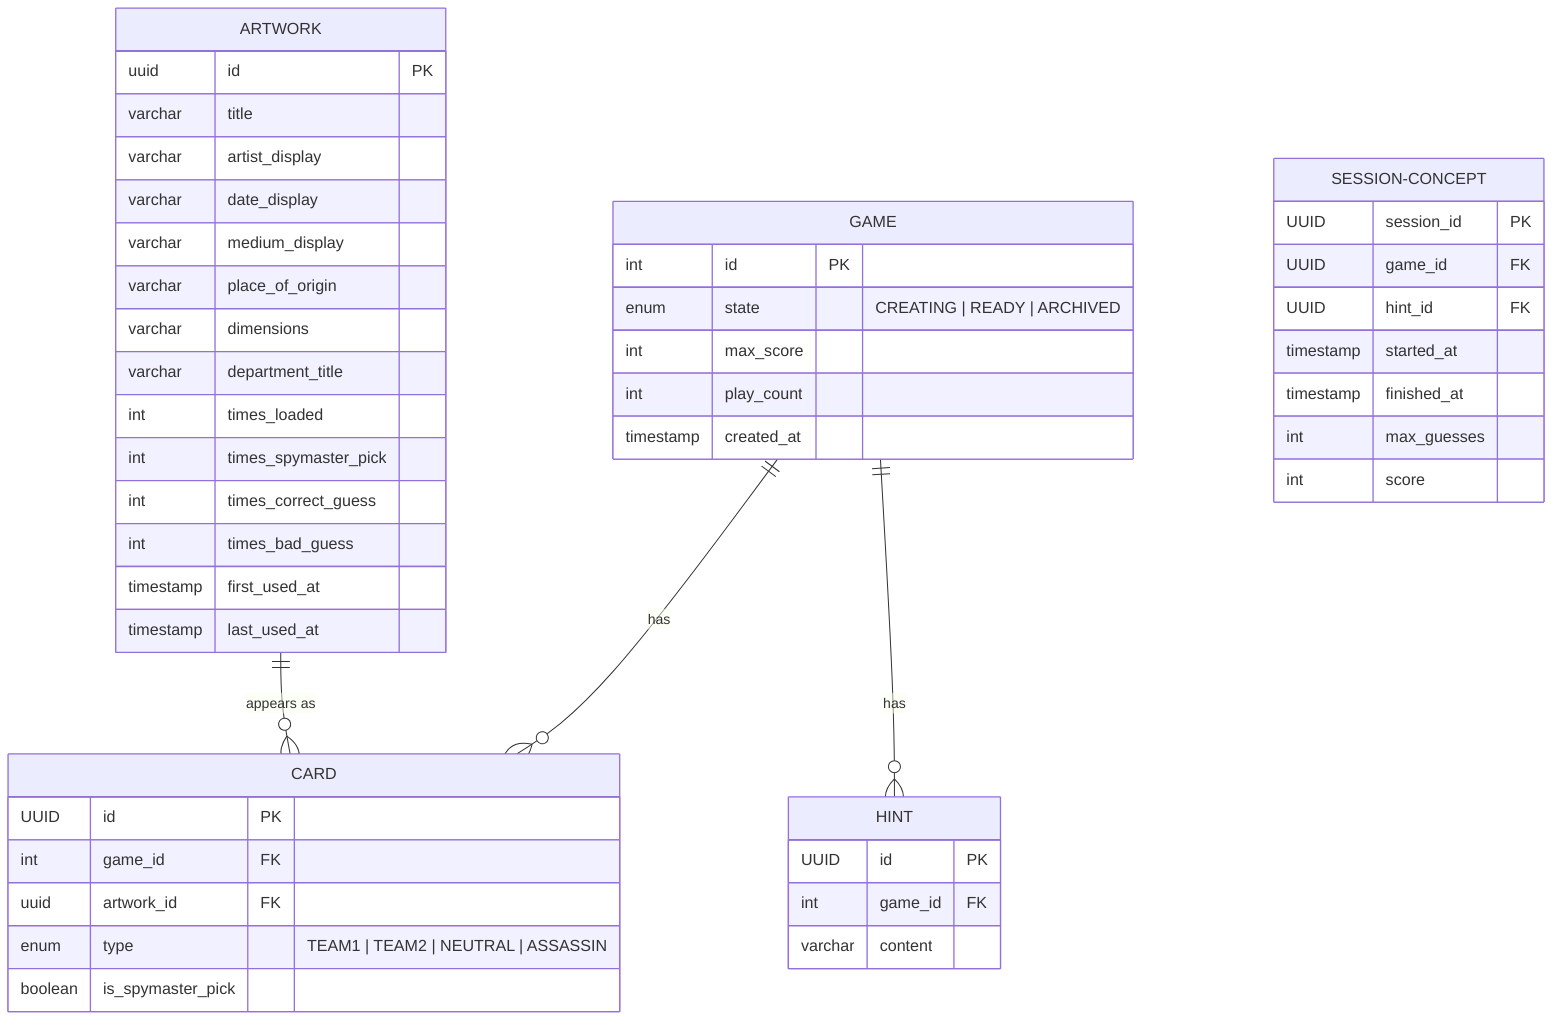
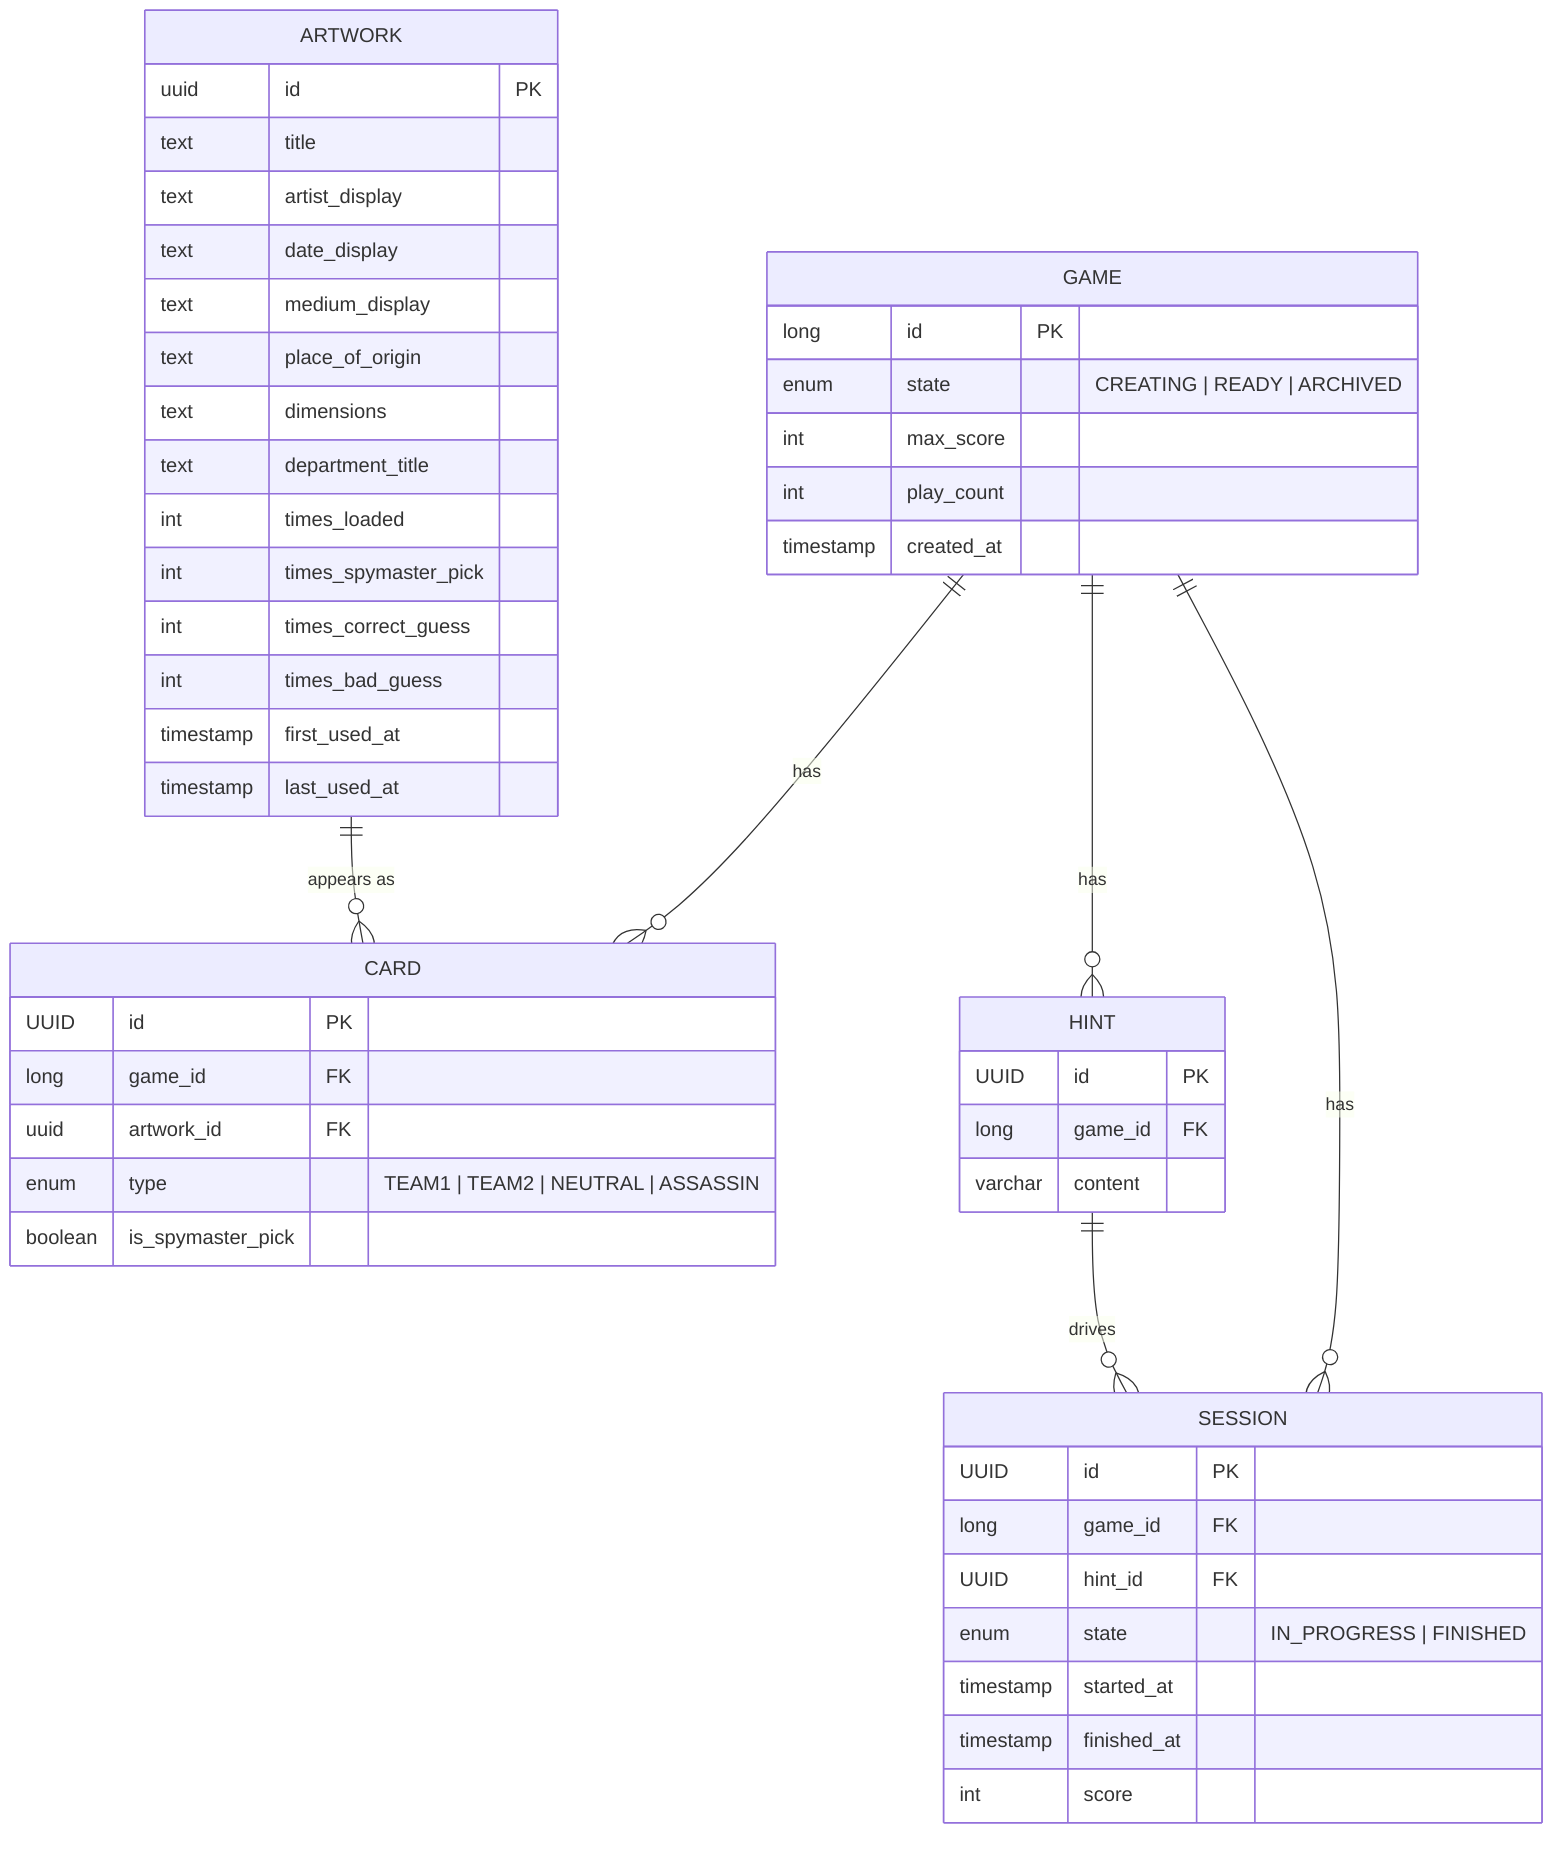
erDiagram
  GAME ||--o{ CARD : has
  GAME ||--o{ HINT : has
+   GAME ||--o{ SESSION : has
+   HINT ||--o{ SESSION : "drives"
  ARTWORK ||--o{ CARD : "appears as"

  GAME {
-     int id PK
+     long id PK
    enum state "CREATING | READY | ARCHIVED"
    int max_score
    int play_count
    timestamp created_at
  }

  CARD {
    UUID id PK
-     int game_id FK
+     long game_id FK
    uuid artwork_id FK
    enum type "TEAM1 | TEAM2 | NEUTRAL | ASSASSIN"
    boolean is_spymaster_pick
  }

  HINT {
    UUID id PK
-     int game_id FK
+     long game_id FK
    varchar content
  }

  ARTWORK {
    uuid id PK
-     varchar title
-     varchar artist_display
-     varchar date_display
-     varchar medium_display
-     varchar place_of_origin
-     varchar dimensions
-     varchar department_title
+     text title
+     text artist_display
+     text date_display
+     text medium_display
+     text place_of_origin
+     text dimensions
+     text department_title
    int times_loaded
    int times_spymaster_pick
    int times_correct_guess
    int times_bad_guess
    timestamp first_used_at
    timestamp last_used_at
  }

-   SESSION-CONCEPT {
-     UUID session_id PK
-     UUID game_id FK
+   SESSION {
+     UUID id PK
+     long game_id FK
    UUID hint_id FK
+     enum state "IN_PROGRESS | FINISHED"
    timestamp started_at
    timestamp finished_at
-     int max_guesses
    int score
  }
